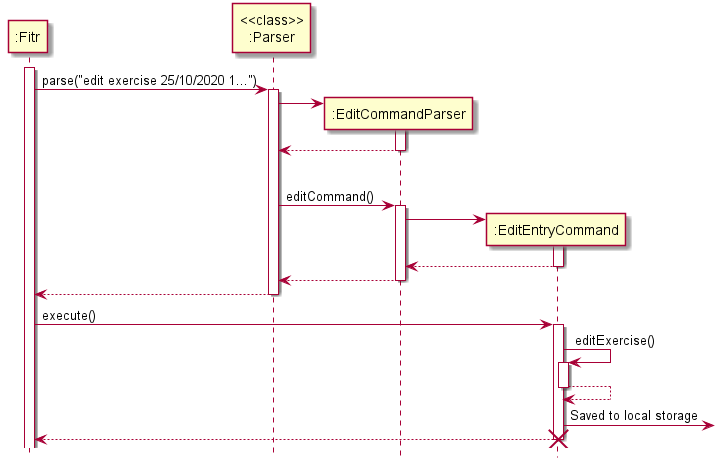
Above: docs/images/EditExerciseSequenceDiagram.png in nus-cs2113-AY2021S1/tp (PlantUML), before the change. Source of this version:
```plantuml
@startuml
participant ":Fitr"
participant "<<class>>\n:Parser"

activate ":Fitr"
":Fitr" -> "<<class>>\n:Parser" ++ : parse("edit exercise 25/10/2020 1...")
create ":EditCommandParser"
"<<class>>\n:Parser" -> ":EditCommandParser" ++

return
|||
"<<class>>\n:Parser" -> ":EditCommandParser" ++ : editCommand()
create ":EditEntryCommand"
":EditCommandParser" -> ":EditEntryCommand" ++
return
return
return

":Fitr" -> ":EditEntryCommand" : execute()
activate ":EditEntryCommand"
":EditEntryCommand" -> ":EditEntryCommand" ++ : editExercise()
return
":EditEntryCommand" ->] : Saved to local storage
return
destroy ":EditEntryCommand"

hide footbox
@enduml
```
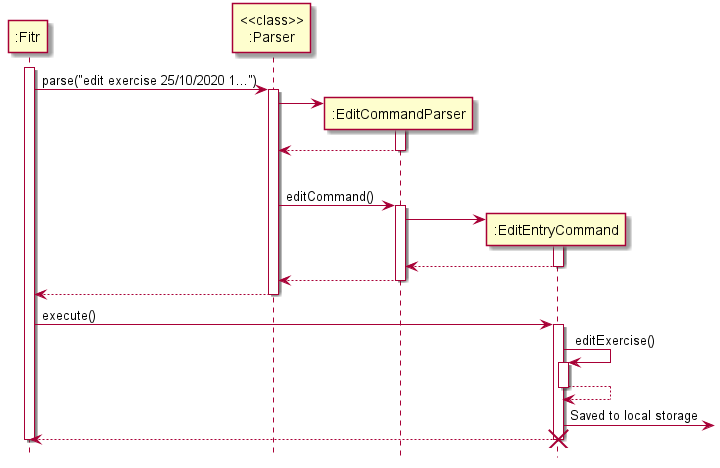
Later version of the same file.

The edit, as a diff of the source:
```diff
@@ -4,11 +4,13 @@
 
 activate ":Fitr"
 ":Fitr" -> "<<class>>\n:Parser" ++ : parse("edit exercise 25/10/2020 1...")
+
 create ":EditCommandParser"
 "<<class>>\n:Parser" -> ":EditCommandParser" ++
+return
 
-return
 |||
+
 "<<class>>\n:Parser" -> ":EditCommandParser" ++ : editCommand()
 create ":EditEntryCommand"
 ":EditCommandParser" -> ":EditEntryCommand" ++
@@ -23,6 +25,7 @@
 ":EditEntryCommand" ->] : Saved to local storage
 return
 destroy ":EditEntryCommand"
+deactivate ":Fitr"
 
 hide footbox
 @enduml
```
